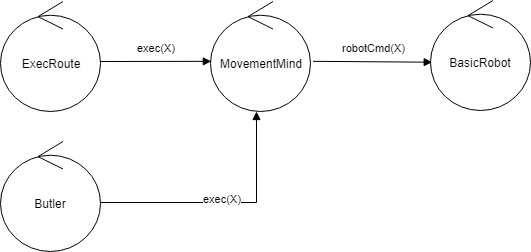
xAlessandroC/iss2019TemaFinale keeps this draw.io diagram as Docs/Analisi_Iniziale/zooming2/basicRobotArchitecture.png. Above is the earlier version. Source tidied: cells renumbered, new cells last; positions are measured from the earlier drawing's top-left corner, leaving out a move shared by most shapes. Its diagram source:
```xml
<mxGraphModel>
  <root>
    <mxCell id="0" />
    <mxCell id="1" parent="0" />
    <mxCell id="2" value="ExecRoute" style="ellipse;shape=umlControl;whiteSpace=wrap;html=1;" parent="1" vertex="1">
      <mxGeometry y="1" width="100" height="110" as="geometry" />
    </mxCell>
    <mxCell id="3" value="MovementMind" style="ellipse;shape=umlControl;whiteSpace=wrap;html=1;" parent="1" vertex="1">
      <mxGeometry x="210" y="1" width="100" height="110" as="geometry" />
    </mxCell>
    <mxCell id="4" value="exec(X)" style="html=1;verticalAlign=bottom;endArrow=block;entryX=0.008;entryY=0.544;entryDx=0;entryDy=0;entryPerimeter=0;" parent="1" edge="1" target="3">
      <mxGeometry x="0.02" y="5" relative="1" as="geometry">
        <mxPoint x="100" y="61" as="sourcePoint" />
      </mxGeometry>
    </mxCell>
    <mxCell id="5" value="BasicRobot" style="ellipse;shape=umlControl;whiteSpace=wrap;html=1;" parent="1" vertex="1">
      <mxGeometry x="430" width="100" height="110" as="geometry" />
    </mxCell>
    <mxCell id="6" value="robotCmd(X)" style="html=1;verticalAlign=bottom;endArrow=block;entryX=0.017;entryY=0.561;entryDx=0;entryDy=0;entryPerimeter=0;exitX=1.025;exitY=0.544;exitDx=0;exitDy=0;exitPerimeter=0;" parent="1" edge="1" source="3" target="5">
      <mxGeometry x="0.02" y="5" relative="1" as="geometry" />
    </mxCell>
    <mxCell id="7" value="Butler" style="ellipse;shape=umlControl;whiteSpace=wrap;html=1;" parent="1" vertex="1">
      <mxGeometry y="141" width="100" height="110" as="geometry" />
    </mxCell>
    <mxCell id="8" value="exec(X)" style="html=1;verticalAlign=bottom;endArrow=none;rounded=0;edgeStyle=orthogonalEdgeStyle;startArrow=block;startFill=1;endFill=0;" parent="1" edge="1">
      <mxGeometry x="0.02" y="5" relative="1" as="geometry">
        <mxPoint x="256" y="111" as="sourcePoint" />
        <mxPoint x="100" y="202" as="targetPoint" />
        <Array as="points">
          <mxPoint x="256" y="202" />
        </Array>
      </mxGeometry>
    </mxCell>
  </root>
</mxGraphModel>
```
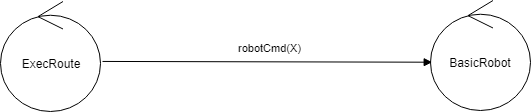
The same file after the commit.

Change to the diagram source:
```diff
@@ -5,31 +5,11 @@
     <mxCell id="2" value="ExecRoute" style="ellipse;shape=umlControl;whiteSpace=wrap;html=1;" parent="1" vertex="1">
       <mxGeometry y="1" width="100" height="110" as="geometry" />
     </mxCell>
-    <mxCell id="3" value="MovementMind" style="ellipse;shape=umlControl;whiteSpace=wrap;html=1;" parent="1" vertex="1">
-      <mxGeometry x="210" y="1" width="100" height="110" as="geometry" />
-    </mxCell>
-    <mxCell id="4" value="exec(X)" style="html=1;verticalAlign=bottom;endArrow=block;entryX=0.008;entryY=0.544;entryDx=0;entryDy=0;entryPerimeter=0;" parent="1" edge="1" target="3">
-      <mxGeometry x="0.02" y="5" relative="1" as="geometry">
-        <mxPoint x="100" y="61" as="sourcePoint" />
-      </mxGeometry>
-    </mxCell>
     <mxCell id="5" value="BasicRobot" style="ellipse;shape=umlControl;whiteSpace=wrap;html=1;" parent="1" vertex="1">
       <mxGeometry x="430" width="100" height="110" as="geometry" />
     </mxCell>
-    <mxCell id="6" value="robotCmd(X)" style="html=1;verticalAlign=bottom;endArrow=block;entryX=0.017;entryY=0.561;entryDx=0;entryDy=0;entryPerimeter=0;exitX=1.025;exitY=0.544;exitDx=0;exitDy=0;exitPerimeter=0;" parent="1" edge="1" source="3" target="5">
+    <mxCell id="6" value="robotCmd(X)" style="html=1;verticalAlign=bottom;endArrow=block;entryX=0.017;entryY=0.561;entryDx=0;entryDy=0;entryPerimeter=0;exitX=1.02;exitY=0.545;exitDx=0;exitDy=0;exitPerimeter=0;" parent="1" edge="1" source="2" target="5">
       <mxGeometry x="0.02" y="5" relative="1" as="geometry" />
     </mxCell>
-    <mxCell id="7" value="Butler" style="ellipse;shape=umlControl;whiteSpace=wrap;html=1;" parent="1" vertex="1">
-      <mxGeometry y="141" width="100" height="110" as="geometry" />
-    </mxCell>
-    <mxCell id="8" value="exec(X)" style="html=1;verticalAlign=bottom;endArrow=none;rounded=0;edgeStyle=orthogonalEdgeStyle;startArrow=block;startFill=1;endFill=0;" parent="1" edge="1">
-      <mxGeometry x="0.02" y="5" relative="1" as="geometry">
-        <mxPoint x="256" y="111" as="sourcePoint" />
-        <mxPoint x="100" y="202" as="targetPoint" />
-        <Array as="points">
-          <mxPoint x="256" y="202" />
-        </Array>
-      </mxGeometry>
-    </mxCell>
   </root>
 </mxGraphModel>
```
